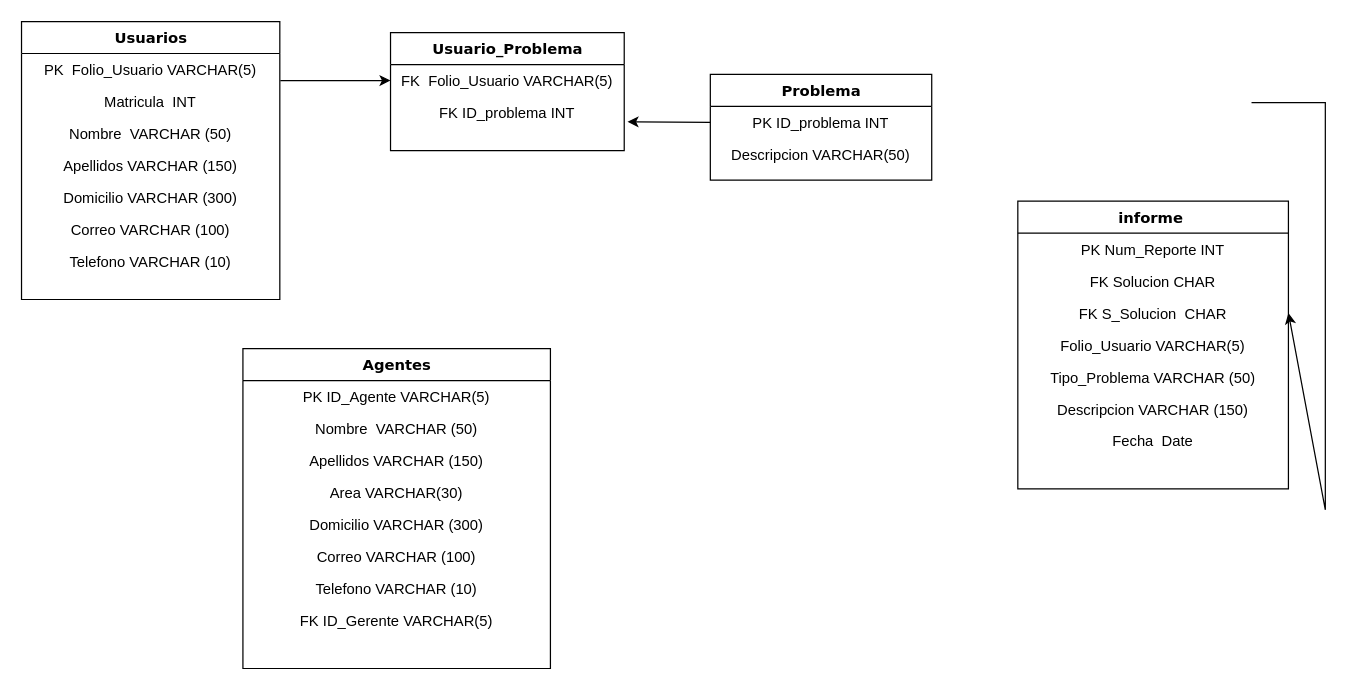
The draw.io diagram Modelo de Base de datos.drawio in 201710223/AtencionAlUsuario, before the edit. Source tidied: cells renumbered, new cells numbered last; positions are measured from the earlier drawing's top-left corner, leaving out a move shared by most shapes. Both pictures are drawn from the tidied source at 123%, with x=0, y=0 at pixel (21, 21).
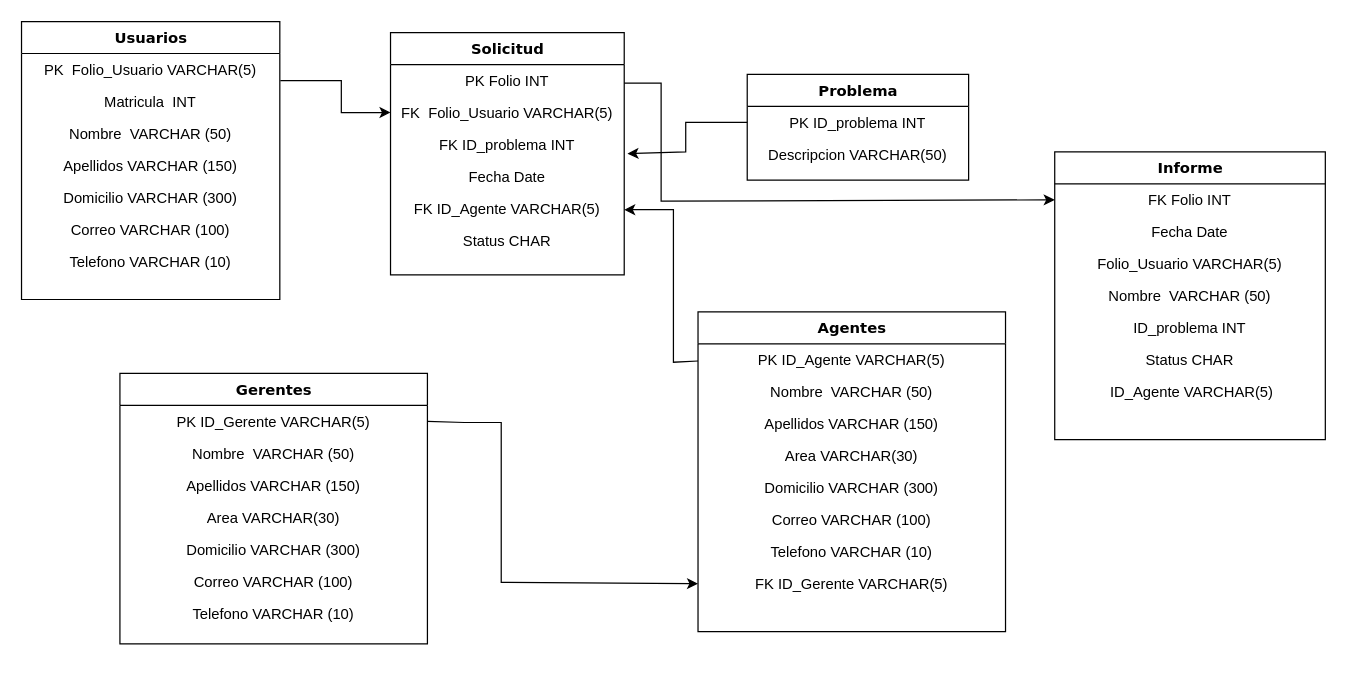
Above is the later version.

Unchanged cells that the change refers to:
```xml
<mxCell id="6" value="&lt;div style=&quot;&quot;&gt;&lt;span style=&quot;background-color: initial;&quot;&gt;PK &lt;span style=&quot;white-space: pre;&quot;&gt; &lt;/span&gt;Folio_Usuario&lt;/span&gt;&lt;span style=&quot;background-color: initial; white-space: pre;&quot;&gt; VARCHAR(5)&lt;/span&gt;&lt;/div&gt;" style="text;html=1;strokeColor=none;fillColor=none;align=center;verticalAlign=top;spacingLeft=4;spacingRight=4;whiteSpace=wrap;overflow=hidden;points=[[0,0.5],[1,0.5]];portConstraint=eastwest;" parent="5" vertex="1">
  <mxGeometry y="26" width="210" height="26" as="geometry" />
</mxCell>
<mxCell id="14" value="PK&lt;span style=&quot;white-space: pre;&quot;&gt; &lt;/span&gt;ID_problema&lt;span style=&quot;white-space: pre;&quot;&gt; &lt;/span&gt;INT" style="text;html=1;strokeColor=none;fillColor=none;align=center;verticalAlign=top;spacingLeft=4;spacingRight=4;whiteSpace=wrap;overflow=hidden;points=[[0,0.5],[1,0.5]];portConstraint=eastwest;" parent="13" vertex="1">
  <mxGeometry y="26" width="180" height="26" as="geometry" />
</mxCell>
<mxCell id="24" value="FK&lt;span style=&quot;&quot;&gt; &lt;/span&gt;ID_Gerente&lt;span style=&quot;&quot;&gt; &lt;/span&gt;VARCHAR(5)" style="text;html=1;strokeColor=none;fillColor=none;align=center;verticalAlign=top;spacingLeft=4;spacingRight=4;whiteSpace=wrap;overflow=hidden;points=[[0,0.5],[1,0.5]];portConstraint=eastwest;" parent="16" vertex="1">
  <mxGeometry y="208" width="250" height="26" as="geometry" />
</mxCell>
```

Diff of the diagram source:
```diff
@@
-    <mxCell id="2" value="Usuario_Problema" style="swimlane;html=1;fontStyle=1;align=center;verticalAlign=top;horizontal=1;startSize=26;swimlaneFillColor=#ffffff;rounded=0;shadow=0;comic=0;labelBackgroundColor=none;strokeWidth=1;fillColor=none;fontFamily=Verdana;fontSize=12;" parent="1" vertex="1">
-      <mxGeometry x="300" y="9" width="190" height="96" as="geometry" />
+    <mxCell id="2" value="Solicitud" style="swimlane;html=1;fontStyle=1;align=center;verticalAlign=top;horizontal=1;startSize=26;swimlaneFillColor=#ffffff;rounded=0;shadow=0;comic=0;labelBackgroundColor=none;strokeWidth=1;fillColor=none;fontFamily=Verdana;fontSize=12;" parent="1" vertex="1">
+      <mxGeometry x="300" y="9" width="190" height="197" as="geometry" />
     </mxCell>
+    <mxCell id="36" value="&lt;div style=&quot;&quot;&gt;PK&lt;span style=&quot;white-space: pre;&quot;&gt; &lt;/span&gt;Folio&lt;span style=&quot;white-space: pre;&quot;&gt; &lt;/span&gt;INT&lt;/div&gt;" style="text;html=1;strokeColor=none;fillColor=none;align=center;verticalAlign=top;spacingLeft=4;spacingRight=4;whiteSpace=wrap;overflow=hidden;" parent="2" vertex="1">
+      <mxGeometry y="26" width="190" height="26" as="geometry" />
+    </mxCell>
     <mxCell id="3" value="&lt;div style=&quot;&quot;&gt;&lt;span style=&quot;background-color: initial;&quot;&gt;FK &lt;span style=&quot;white-space: pre;&quot;&gt; &lt;/span&gt;Folio_Usuario&lt;/span&gt;&lt;span style=&quot;background-color: initial; white-space: pre;&quot;&gt; VARCHAR(5)&lt;/span&gt;&lt;/div&gt;" style="text;html=1;strokeColor=none;fillColor=none;align=center;verticalAlign=top;spacingLeft=4;spacingRight=4;whiteSpace=wrap;overflow=hidden;points=[[0,0.5],[1,0.5]];portConstraint=eastwest;" parent="2" vertex="1">
-      <mxGeometry y="26" width="190" height="26" as="geometry" />
+      <mxGeometry y="52" width="190" height="26" as="geometry" />
     </mxCell>
     <mxCell id="4" value="FK&lt;span style=&quot;white-space: pre;&quot;&gt; &lt;/span&gt;ID_problema&lt;span style=&quot;white-space: pre;&quot;&gt; &lt;/span&gt;INT" style="text;html=1;strokeColor=none;fillColor=none;align=center;verticalAlign=top;spacingLeft=4;spacingRight=4;whiteSpace=wrap;overflow=hidden;points=[[0,0.5],[1,0.5]];portConstraint=eastwest;" parent="2" vertex="1">
-      <mxGeometry y="52" width="190" height="26" as="geometry" />
+      <mxGeometry y="78" width="190" height="26" as="geometry" />
     </mxCell>
+    <mxCell id="37" value="Fecha&lt;span style=&quot;white-space: pre;&quot;&gt; &lt;/span&gt;Date" style="text;html=1;strokeColor=none;fillColor=none;align=center;verticalAlign=top;spacingLeft=4;spacingRight=4;whiteSpace=wrap;overflow=hidden;" parent="2" vertex="1">
+      <mxGeometry y="104" width="190" height="26" as="geometry" />
+    </mxCell>
+    <mxCell id="38" value="&lt;div style=&quot;&quot;&gt;&lt;span style=&quot;&quot;&gt;FK&lt;span style=&quot;white-space: pre;&quot;&gt; &lt;/span&gt;ID_Agente&lt;span style=&quot;white-space: pre;&quot;&gt; &lt;/span&gt;VARCHAR(5)&lt;/span&gt;&lt;/div&gt;" style="text;html=1;strokeColor=none;fillColor=none;align=center;verticalAlign=top;spacingLeft=4;spacingRight=4;whiteSpace=wrap;overflow=hidden;" parent="2" vertex="1">
+      <mxGeometry y="130" width="190" height="26" as="geometry" />
+    </mxCell>
+    <mxCell id="39" value="Status&lt;span style=&quot;white-space: pre;&quot;&gt; &lt;/span&gt;CHAR" style="text;html=1;strokeColor=none;fillColor=none;align=center;verticalAlign=top;spacingLeft=4;spacingRight=4;whiteSpace=wrap;overflow=hidden;" parent="2" vertex="1">
+      <mxGeometry y="156" width="190" height="26" as="geometry" />
+    </mxCell>
@@
     <mxCell id="13" value="Problema" style="swimlane;html=1;fontStyle=1;align=center;verticalAlign=top;horizontal=1;startSize=26;swimlaneFillColor=#ffffff;rounded=0;shadow=0;comic=0;labelBackgroundColor=none;strokeWidth=1;fillColor=none;fontFamily=Verdana;fontSize=12;" parent="1" vertex="1">
-      <mxGeometry x="560" y="43" width="180" height="86" as="geometry" />
+      <mxGeometry x="590" y="43" width="180" height="86" as="geometry" />
     </mxCell>
@@
     <mxCell id="16" value="Agentes" style="swimlane;html=1;fontStyle=1;align=center;verticalAlign=top;horizontal=1;startSize=26;swimlaneFillColor=#ffffff;rounded=0;shadow=0;comic=0;labelBackgroundColor=none;strokeWidth=1;fillColor=none;fontFamily=Verdana;fontSize=12;" parent="1" vertex="1">
-      <mxGeometry x="180" y="266" width="250" height="260" as="geometry" />
+      <mxGeometry x="550" y="236" width="250" height="260" as="geometry" />
     </mxCell>
@@
-    <mxCell id="25" value="informe&amp;nbsp;" style="swimlane;html=1;fontStyle=1;align=center;verticalAlign=top;horizontal=1;startSize=26;swimlaneFillColor=#ffffff;rounded=0;shadow=0;comic=0;labelBackgroundColor=none;strokeWidth=1;fillColor=none;fontFamily=Verdana;fontSize=12;" parent="1" vertex="1">
-      <mxGeometry x="810" y="146" width="220" height="234" as="geometry" />
+    <mxCell id="25" value="Informe" style="swimlane;html=1;fontStyle=1;align=center;verticalAlign=top;horizontal=1;startSize=26;swimlaneFillColor=#ffffff;rounded=0;shadow=0;comic=0;labelBackgroundColor=none;strokeWidth=1;fillColor=none;fontFamily=Verdana;fontSize=12;" parent="1" vertex="1">
+      <mxGeometry x="840" y="106" width="220" height="234" as="geometry" />
     </mxCell>
-    <mxCell id="26" value="PK&lt;span style=&quot;white-space: pre;&quot;&gt; &lt;/span&gt;Num_Reporte&lt;span style=&quot;white-space: pre;&quot;&gt; &lt;/span&gt;INT" style="text;html=1;strokeColor=none;fillColor=none;align=center;verticalAlign=top;spacingLeft=4;spacingRight=4;whiteSpace=wrap;overflow=hidden;" parent="25" vertex="1">
-      <mxGeometry y="26" width="220" height="26" as="geometry" />
-    </mxCell>
-    <mxCell id="27" value="&lt;div style=&quot;&quot;&gt;FK&lt;span style=&quot;white-space: pre;&quot;&gt; &lt;/span&gt;Solucion&lt;span style=&quot;white-space: pre;&quot;&gt; &lt;/span&gt;CHAR&lt;/div&gt;" style="text;html=1;strokeColor=none;fillColor=none;align=center;verticalAlign=top;spacingLeft=4;spacingRight=4;whiteSpace=wrap;overflow=hidden;" parent="25" vertex="1">
-      <mxGeometry y="52" width="220" height="26" as="geometry" />
-    </mxCell>
-    <mxCell id="28" value="&lt;div style=&quot;&quot;&gt;FK&lt;span style=&quot;white-space: pre;&quot;&gt; &lt;/span&gt;S_Solucion&amp;nbsp;&lt;span style=&quot;white-space: pre;&quot;&gt; &lt;/span&gt;CHAR&lt;/div&gt;" style="text;html=1;strokeColor=none;fillColor=none;align=center;verticalAlign=top;spacingLeft=4;spacingRight=4;whiteSpace=wrap;overflow=hidden;points=[[0,0.5],[1,0.5]];portConstraint=eastwest;" parent="25" vertex="1">
-      <mxGeometry y="78" width="220" height="26" as="geometry" />
-    </mxCell>
+    <mxCell id="40" value="&lt;div style=&quot;&quot;&gt;FK&lt;span style=&quot;white-space: pre;&quot;&gt; &lt;/span&gt;Folio&lt;span style=&quot;white-space: pre;&quot;&gt; &lt;/span&gt;INT&lt;/div&gt;" style="text;html=1;strokeColor=none;fillColor=none;align=center;verticalAlign=top;spacingLeft=4;spacingRight=4;whiteSpace=wrap;overflow=hidden;points=[[0,0.5],[1,0.5]];portConstraint=eastwest;" parent="25" vertex="1">
+      <mxGeometry y="26" width="220" height="26" as="geometry" />
+    </mxCell>
+    <mxCell id="41" value="Fecha&lt;span style=&quot;white-space: pre;&quot;&gt; &lt;/span&gt;Date" style="text;html=1;strokeColor=none;fillColor=none;align=center;verticalAlign=top;spacingLeft=4;spacingRight=4;whiteSpace=wrap;overflow=hidden;" parent="25" vertex="1">
+      <mxGeometry y="52" width="220" height="26" as="geometry" />
+    </mxCell>
     <mxCell id="29" value="&lt;div style=&quot;&quot;&gt;&lt;span style=&quot;background-color: initial;&quot;&gt;Folio_Usuario&lt;/span&gt;&lt;span style=&quot;background-color: initial; white-space: pre;&quot;&gt; VARCHAR(5)&lt;/span&gt;&lt;/div&gt;" style="text;html=1;strokeColor=none;fillColor=none;align=center;verticalAlign=top;spacingLeft=4;spacingRight=4;whiteSpace=wrap;overflow=hidden;" parent="25" vertex="1">
-      <mxGeometry y="104" width="220" height="26" as="geometry" />
+      <mxGeometry y="78" width="220" height="26" as="geometry" />
     </mxCell>
-    <mxCell id="30" value="Tipo_Problema&lt;span style=&quot;white-space: pre;&quot;&gt; &lt;/span&gt;VARCHAR (50)" style="text;html=1;strokeColor=none;fillColor=none;align=center;verticalAlign=top;spacingLeft=4;spacingRight=4;whiteSpace=wrap;overflow=hidden;" parent="25" vertex="1">
-      <mxGeometry y="130" width="220" height="26" as="geometry" />
-    </mxCell>
-    <mxCell id="31" value="Descripcion&lt;span style=&quot;&quot;&gt; &lt;/span&gt;VARCHAR (150)" style="text;html=1;strokeColor=none;fillColor=none;align=center;verticalAlign=top;spacingLeft=4;spacingRight=4;whiteSpace=wrap;overflow=hidden;" parent="25" vertex="1">
-      <mxGeometry y="156" width="220" height="26" as="geometry" />
-    </mxCell>
-    <mxCell id="32" value="Fecha &lt;span style=&quot;white-space: pre;&quot;&gt; &lt;/span&gt;Date" style="text;html=1;strokeColor=none;fillColor=none;align=center;verticalAlign=top;spacingLeft=4;spacingRight=4;whiteSpace=wrap;overflow=hidden;" parent="25" vertex="1">
-      <mxGeometry y="182" width="220" height="26" as="geometry" />
-    </mxCell>
-    <mxCell id="33" style="endArrow=classic;html=1;rounded=0;entryX=1;entryY=0.5;entryDx=0;entryDy=0;" parent="1" edge="1" target="28">
-      <mxGeometry relative="1" as="geometry">
-        <mxPoint x="1000" y="66" as="sourcePoint" />
-        <Array as="points">
-          <mxPoint x="1060" y="66" />
-          <mxPoint x="1060" y="397" />
-        </Array>
-      </mxGeometry>
-    </mxCell>
+    <mxCell id="42" value="Nombre&amp;nbsp; VARCHAR (50)" style="text;html=1;strokeColor=none;fillColor=none;align=center;verticalAlign=top;spacingLeft=4;spacingRight=4;whiteSpace=wrap;overflow=hidden;" parent="25" vertex="1">
+      <mxGeometry y="104" width="220" height="26" as="geometry" />
+    </mxCell>
+    <mxCell id="43" value="ID_problema&lt;span style=&quot;white-space: pre;&quot;&gt; &lt;/span&gt;INT" style="text;html=1;strokeColor=none;fillColor=none;align=center;verticalAlign=top;spacingLeft=4;spacingRight=4;whiteSpace=wrap;overflow=hidden;" parent="25" vertex="1">
+      <mxGeometry y="130" width="220" height="26" as="geometry" />
+    </mxCell>
+    <mxCell id="44" value="Status&lt;span style=&quot;white-space: pre;&quot;&gt; &lt;/span&gt;CHAR" style="text;html=1;strokeColor=none;fillColor=none;align=center;verticalAlign=top;spacingLeft=4;spacingRight=4;whiteSpace=wrap;overflow=hidden;" parent="25" vertex="1">
+      <mxGeometry y="156" width="220" height="26" as="geometry" />
+    </mxCell>
+    <mxCell id="45" value="&lt;div style=&quot;&quot;&gt;&lt;span style=&quot;&quot;&gt;&lt;span style=&quot;white-space: pre;&quot;&gt; &lt;/span&gt;ID_Agente&lt;span style=&quot;white-space: pre;&quot;&gt; &lt;/span&gt;VARCHAR(5)&lt;/span&gt;&lt;/div&gt;" style="text;html=1;strokeColor=none;fillColor=none;align=center;verticalAlign=top;spacingLeft=4;spacingRight=4;whiteSpace=wrap;overflow=hidden;" parent="25" vertex="1">
+      <mxGeometry y="182" width="220" height="26" as="geometry" />
+    </mxCell>
     <mxCell id="34" style="endArrow=classic;html=1;rounded=0;entryX=0;entryY=0.5;entryDx=0;entryDy=0;exitX=1.002;exitY=0.851;exitDx=0;exitDy=0;exitPerimeter=0;" parent="1" edge="1" source="6" target="3">
-      <mxGeometry relative="1" as="geometry" />
+      <mxGeometry relative="1" as="geometry">
+        <Array as="points">
+          <mxPoint x="260" y="48" />
+          <mxPoint x="260" y="74" />
+        </Array>
+      </mxGeometry>
     </mxCell>
     <mxCell id="35" style="endArrow=classic;html=1;rounded=0;entryX=1.014;entryY=0.787;entryDx=0;entryDy=0;entryPerimeter=0;exitX=0;exitY=0.5;exitDx=0;exitDy=0;" parent="1" edge="1" source="14" target="4">
-      <mxGeometry relative="1" as="geometry" />
+      <mxGeometry relative="1" as="geometry">
+        <Array as="points">
+          <mxPoint x="540" y="82" />
+          <mxPoint x="540" y="106" />
+        </Array>
+      </mxGeometry>
     </mxCell>
+    <mxCell id="46" value="Gerentes" style="swimlane;html=1;fontStyle=1;align=center;verticalAlign=top;horizontal=1;startSize=26;swimlaneFillColor=#ffffff;rounded=0;shadow=0;comic=0;labelBackgroundColor=none;strokeWidth=1;fillColor=none;fontFamily=Verdana;fontSize=12;" parent="1" vertex="1">
+      <mxGeometry x="80" y="286" width="250" height="220" as="geometry" />
+    </mxCell>
+    <mxCell id="47" value="&lt;div style=&quot;&quot;&gt;PK&lt;span style=&quot;&quot;&gt; ID_Gerente&lt;span style=&quot;white-space: pre;&quot;&gt; &lt;/span&gt;VARCHAR(5)&lt;/span&gt;&lt;/div&gt;" style="text;html=1;strokeColor=none;fillColor=none;align=center;verticalAlign=top;spacingLeft=4;spacingRight=4;whiteSpace=wrap;overflow=hidden;points=[[0,0.5],[1,0.5]];portConstraint=eastwest;" parent="46" vertex="1">
+      <mxGeometry y="26" width="250" height="26" as="geometry" />
+    </mxCell>
+    <mxCell id="48" value="Nombre&amp;nbsp; VARCHAR (50)" style="text;html=1;strokeColor=none;fillColor=none;align=center;verticalAlign=top;spacingLeft=4;spacingRight=4;whiteSpace=wrap;overflow=hidden;" parent="46" vertex="1">
+      <mxGeometry y="52" width="250" height="26" as="geometry" />
+    </mxCell>
+    <mxCell id="49" value="Apellidos VARCHAR (150)" style="text;html=1;strokeColor=none;fillColor=none;align=center;verticalAlign=top;spacingLeft=4;spacingRight=4;whiteSpace=wrap;overflow=hidden;" parent="46" vertex="1">
+      <mxGeometry y="78" width="250" height="26" as="geometry" />
+    </mxCell>
+    <mxCell id="50" value="&lt;div style=&quot;&quot;&gt;&lt;span style=&quot;background-color: initial;&quot;&gt;Area&amp;nbsp;&lt;/span&gt;&lt;span style=&quot;background-color: initial; white-space: pre;&quot;&gt;VARCHAR(30)&lt;/span&gt;&lt;/div&gt;" style="text;html=1;strokeColor=none;fillColor=none;align=center;verticalAlign=top;spacingLeft=4;spacingRight=4;whiteSpace=wrap;overflow=hidden;" parent="46" vertex="1">
+      <mxGeometry y="104" width="250" height="26" as="geometry" />
+    </mxCell>
+    <mxCell id="51" value="Domicilio&lt;span style=&quot;&quot;&gt; &lt;/span&gt;VARCHAR (300)" style="text;html=1;strokeColor=none;fillColor=none;align=center;verticalAlign=top;spacingLeft=4;spacingRight=4;whiteSpace=wrap;overflow=hidden;" parent="46" vertex="1">
+      <mxGeometry y="130" width="250" height="26" as="geometry" />
+    </mxCell>
+    <mxCell id="52" value="Correo VARCHAR (100)" style="text;html=1;strokeColor=none;fillColor=none;align=center;verticalAlign=top;spacingLeft=4;spacingRight=4;whiteSpace=wrap;overflow=hidden;" parent="46" vertex="1">
+      <mxGeometry y="156" width="250" height="26" as="geometry" />
+    </mxCell>
+    <mxCell id="53" value="Telefono VARCHAR (10)" style="text;html=1;strokeColor=none;fillColor=none;align=center;verticalAlign=top;spacingLeft=4;spacingRight=4;whiteSpace=wrap;overflow=hidden;" parent="46" vertex="1">
+      <mxGeometry y="182" width="250" height="26" as="geometry" />
+    </mxCell>
+    <mxCell id="54" style="endArrow=classic;html=1;rounded=0;entryX=0;entryY=0.5;entryDx=0;entryDy=0;exitX=1;exitY=0.5;exitDx=0;exitDy=0;" parent="1" edge="1" source="47" target="24">
+      <mxGeometry relative="1" as="geometry">
+        <Array as="points">
+          <mxPoint x="360" y="326" />
+          <mxPoint x="390" y="326" />
+          <mxPoint x="390" y="456" />
+        </Array>
+      </mxGeometry>
+    </mxCell>
+    <mxCell id="55" style="endArrow=classic;html=1;rounded=0;entryX=1;entryY=0.5;entryDx=0;entryDy=0;exitX=0;exitY=0.5;exitDx=0;exitDy=0;" parent="1" edge="1">
+      <mxGeometry relative="1" as="geometry">
+        <mxPoint x="550" y="276" as="sourcePoint" />
+        <mxPoint x="490" y="153" as="targetPoint" />
+        <Array as="points">
+          <mxPoint x="530" y="277" />
+          <mxPoint x="530" y="153" />
+        </Array>
+      </mxGeometry>
+    </mxCell>
+    <mxCell id="56" style="endArrow=classic;html=1;rounded=0;entryX=0;entryY=0.5;entryDx=0;entryDy=0;" parent="1" edge="1" target="40">
+      <mxGeometry relative="1" as="geometry">
+        <mxPoint x="490" y="50" as="sourcePoint" />
+        <Array as="points">
+          <mxPoint x="520" y="50" />
+          <mxPoint x="520" y="106" />
+          <mxPoint x="520" y="146" />
+        </Array>
+      </mxGeometry>
+    </mxCell>
```
